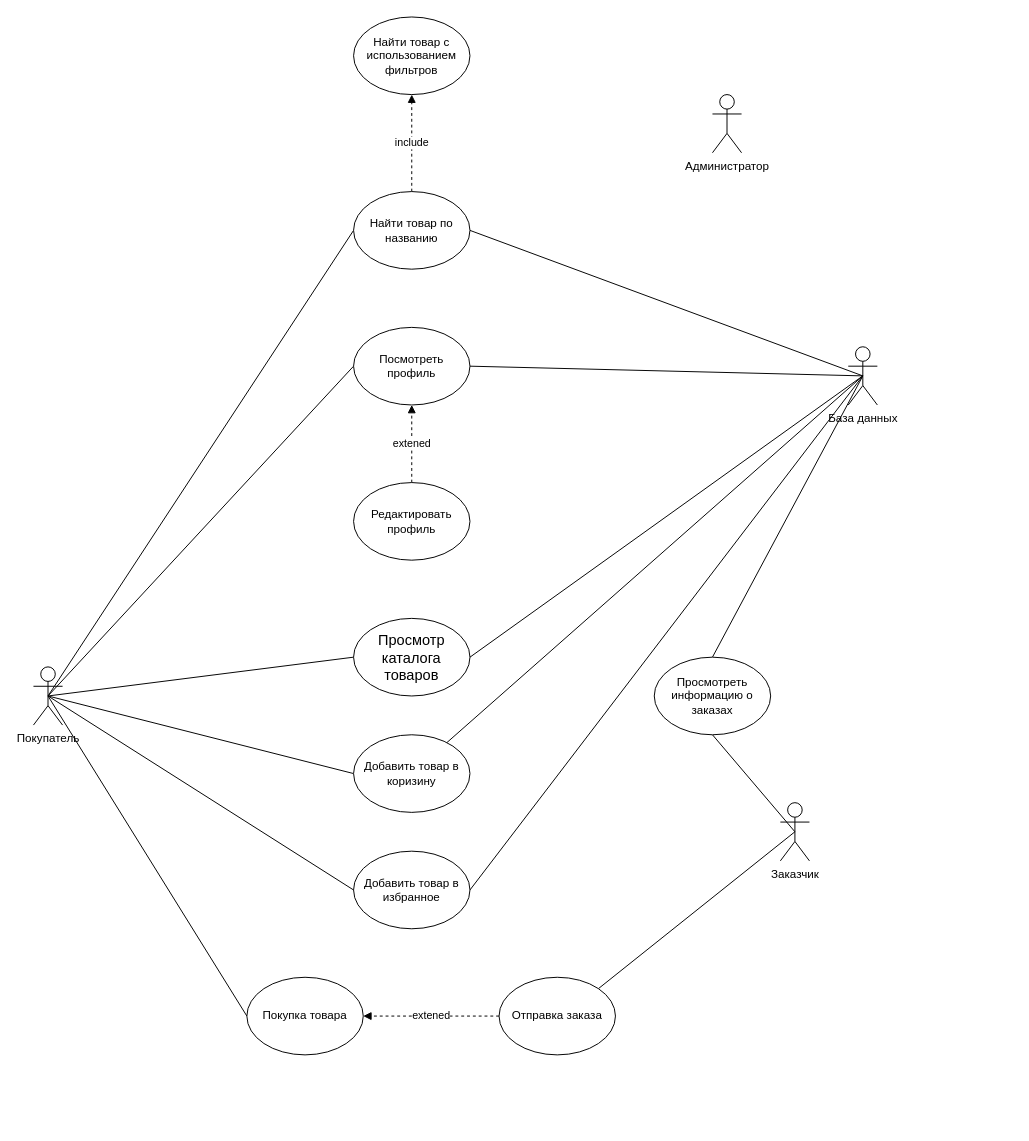
Above: UseCaseDiagram.drawio in ConstructingSoftware/Labs (draw.io), before the change. Source tidied: cells renumbered, new cells numbered last; positions are measured from the earlier drawing's top-left corner, leaving out a move shared by most shapes. Both pictures are drawn from the tidied source at 97%, with x=0, y=0 at pixel (33, 16).
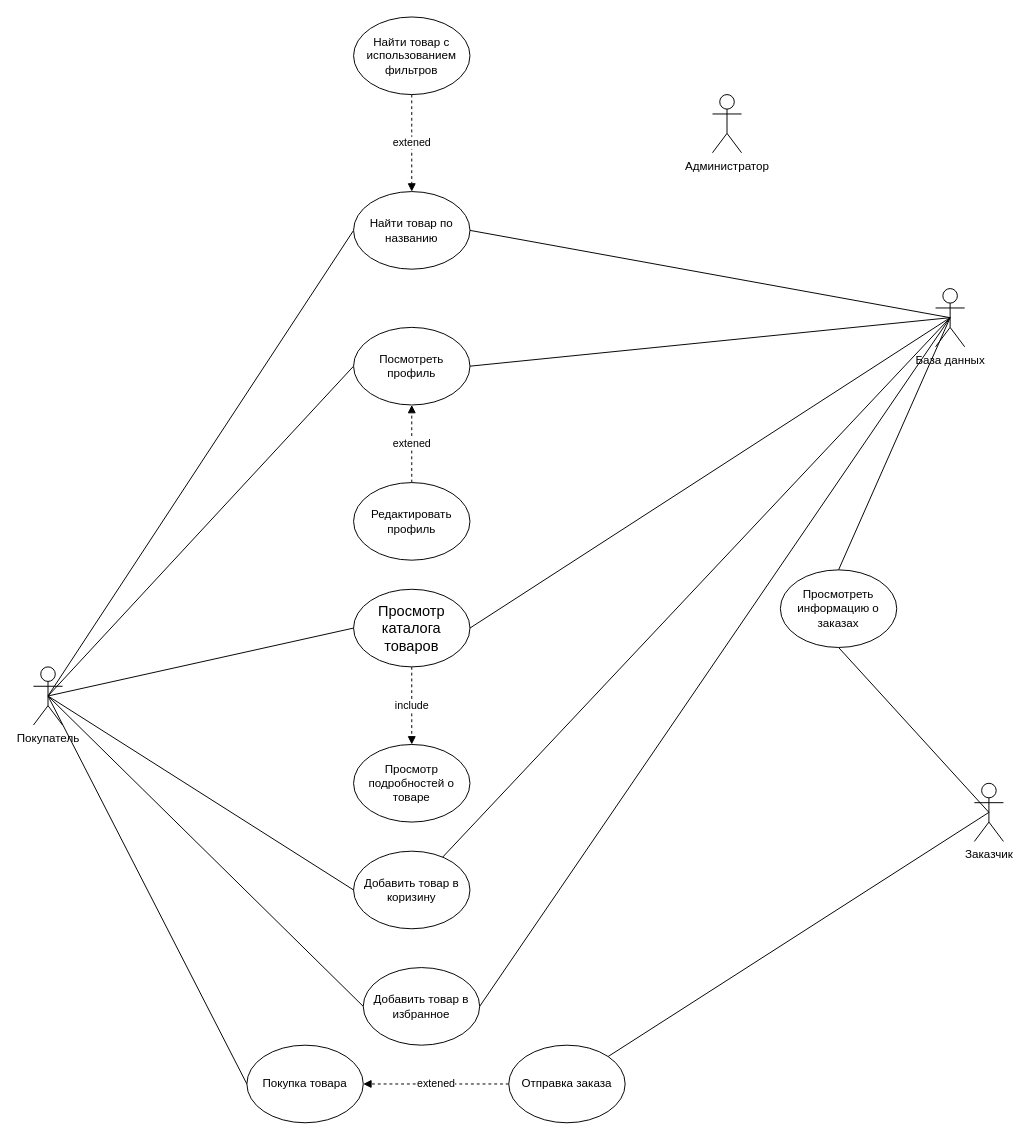
After the change.

The change refers to these unchanged cells:
```xml
<mxCell id="19" value="Найти товар по названию" style="ellipse;whiteSpace=wrap;html=1;" parent="1" vertex="1">
  <mxGeometry x="330" y="180" width="120" height="80" as="geometry" />
</mxCell>
<mxCell id="31" value="Найти товар с использованием фильтров" style="ellipse;whiteSpace=wrap;html=1;" parent="1" vertex="1">
  <mxGeometry x="330" width="120" height="80" as="geometry" />
</mxCell>
```

Diff of the diagram source:
```diff
@@
     <mxCell id="14" value="База данных" style="shape=umlActor;verticalLabelPosition=bottom;verticalAlign=top;html=1;outlineConnect=0;" parent="1" vertex="1">
-      <mxGeometry x="840" y="340" width="30" height="60" as="geometry" />
+      <mxGeometry x="930" y="280" width="30" height="60" as="geometry" />
     </mxCell>
@@
+    <mxCell id="18" value="include" style="edgeStyle=none;rounded=0;jettySize=auto;html=1;exitX=0.5;exitY=1;exitDx=0;exitDy=0;entryX=0.5;entryY=0;entryDx=0;entryDy=0;dashed=1;endArrow=block;endFill=1;" parent="1" edge="1" source="16" target="35">
+      <mxGeometry relative="1" as="geometry" />
+    </mxCell>
     <mxCell id="16" value="&lt;span style=&quot;font-family: &amp;quot;YS Text&amp;quot;; font-size: 15px; text-align: left; background-color: rgb(255, 255, 255);&quot;&gt;Просмотр каталога товаров&lt;/span&gt;" style="ellipse;whiteSpace=wrap;html=1;" parent="1" vertex="1">
-      <mxGeometry x="330" y="620" width="120" height="80" as="geometry" />
+      <mxGeometry x="330" y="590" width="120" height="80" as="geometry" />
     </mxCell>
@@
-    <mxCell id="18" value="include" style="edgeStyle=none;rounded=0;jettySize=auto;html=1;exitX=0.5;exitY=0;exitDx=0;exitDy=0;entryX=0.5;entryY=1;entryDx=0;entryDy=0;dashed=1;endArrow=block;endFill=1;" parent="1" edge="1" source="19" target="31">
-      <mxGeometry relative="1" as="geometry" />
-    </mxCell>
@@
     <mxCell id="22" value="Заказчик" style="shape=umlActor;verticalLabelPosition=bottom;verticalAlign=top;html=1;outlineConnect=0;" parent="1" vertex="1">
-      <mxGeometry x="770" y="810" width="30" height="60" as="geometry" />
+      <mxGeometry x="970" y="790" width="30" height="60" as="geometry" />
     </mxCell>
     <mxCell id="23" value="Добавить товар в коризину" style="ellipse;whiteSpace=wrap;html=1;" parent="1" vertex="1">
-      <mxGeometry x="330" y="740" width="120" height="80" as="geometry" />
+      <mxGeometry x="330" y="860" width="120" height="80" as="geometry" />
     </mxCell>
     <mxCell id="24" value="Просмотреть информацию о заказах" style="ellipse;whiteSpace=wrap;html=1;" parent="1" vertex="1">
-      <mxGeometry x="640" y="660" width="120" height="80" as="geometry" />
+      <mxGeometry x="770" y="570" width="120" height="80" as="geometry" />
     </mxCell>
@@
     <mxCell id="26" value="Добавить товар в избранное" style="ellipse;whiteSpace=wrap;html=1;" parent="1" vertex="1">
-      <mxGeometry x="330" y="860" width="120" height="80" as="geometry" />
+      <mxGeometry x="340" y="980" width="120" height="80" as="geometry" />
     </mxCell>
     <mxCell id="27" value="Покупка товара" style="ellipse;whiteSpace=wrap;html=1;" parent="1" vertex="1">
-      <mxGeometry x="220" y="990" width="120" height="80" as="geometry" />
+      <mxGeometry x="220" y="1060" width="120" height="80" as="geometry" />
     </mxCell>
@@
     <mxCell id="30" value="Отправка заказа" style="ellipse;whiteSpace=wrap;html=1;" parent="1" vertex="1">
-      <mxGeometry x="480" y="990" width="120" height="80" as="geometry" />
+      <mxGeometry x="490" y="1060" width="120" height="80" as="geometry" />
     </mxCell>
+    <mxCell id="34" value="extened" style="edgeStyle=none;rounded=0;jettySize=auto;html=1;exitX=0.5;exitY=1;exitDx=0;exitDy=0;entryX=0.5;entryY=0;entryDx=0;entryDy=0;dashed=1;endArrow=block;endFill=1;" parent="1" edge="1" source="31" target="19">
+      <mxGeometry relative="1" as="geometry" />
+    </mxCell>
@@
+    <mxCell id="35" value="Просмотр подробностей о товаре" style="ellipse;whiteSpace=wrap;html=1;" parent="1" vertex="1">
+      <mxGeometry x="330" y="750" width="120" height="80" as="geometry" />
+    </mxCell>
```
